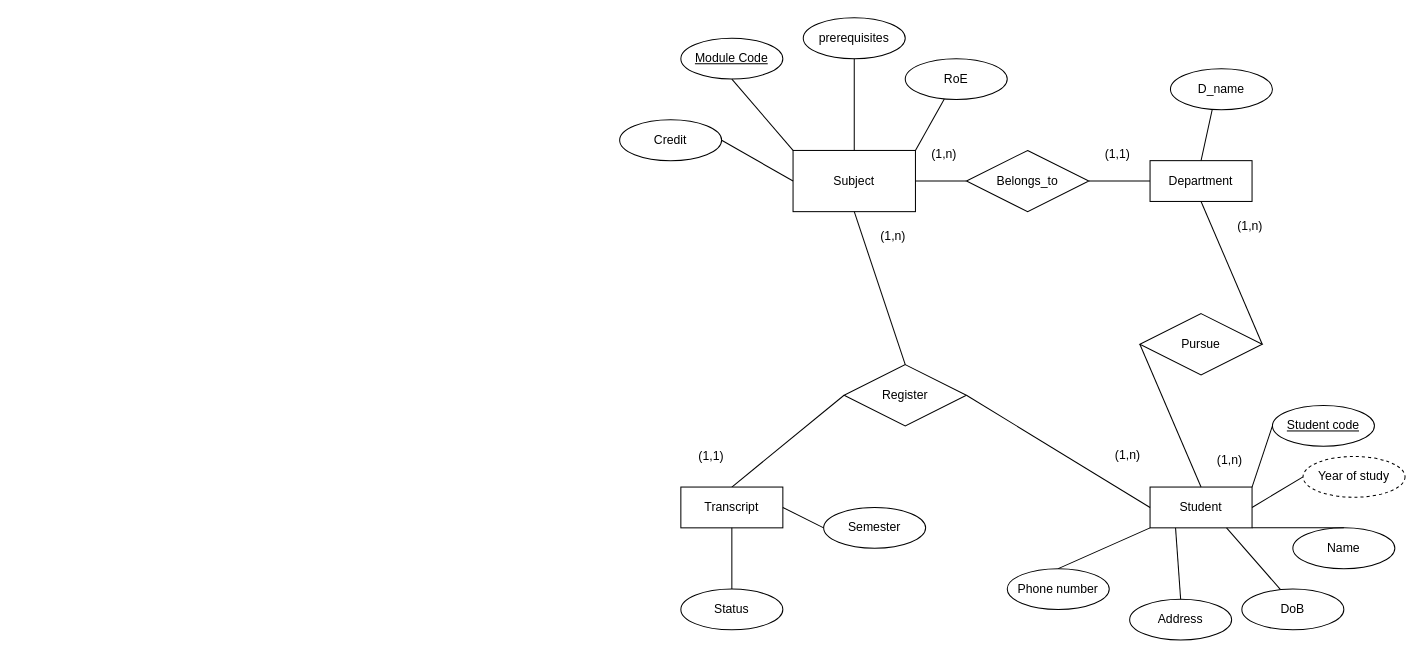
This is Finale.drawio from S0ra1n0/Database-learning, a draw.io file, before an edit. Source tidied: cells renumbered, new cells numbered last; positions are measured from the earlier drawing's top-left corner, leaving out a move shared by most shapes. Both pictures are drawn from the tidied source at 102%, with x=0, y=0 at pixel (619, 17).
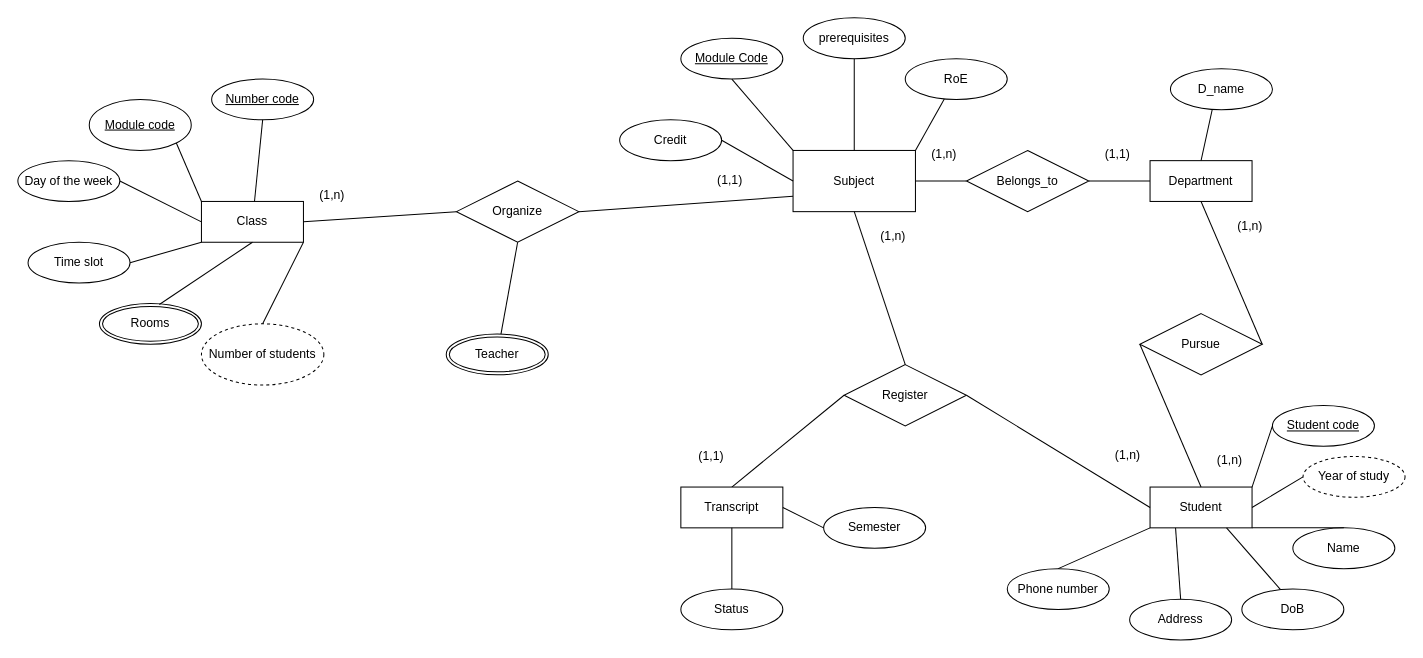
The same page after the edit.

Commit message:
Cập nhật Finale.drawio

Unchanged cells that the change refers to:
```xml
<mxCell id="2" value="Subject" style="rounded=0;whiteSpace=wrap;html=1;" parent="1" vertex="1">
  <mxGeometry x="170" y="130" width="120" height="60" as="geometry" />
</mxCell>
```

Diff of the diagram source:
```diff
@@
+    <mxCell id="49" value="Class" style="whiteSpace=wrap;html=1;align=center;" parent="1" vertex="1">
+      <mxGeometry x="-410" y="180" width="100" height="40" as="geometry" />
+    </mxCell>
+    <mxCell id="50" value="Number code" style="ellipse;whiteSpace=wrap;html=1;align=center;fontStyle=4;" parent="1" vertex="1">
+      <mxGeometry x="-400" y="60" width="100" height="40" as="geometry" />
+    </mxCell>
+    <mxCell id="51" value="Module code" style="ellipse;whiteSpace=wrap;html=1;align=center;fontStyle=4;" parent="1" vertex="1">
+      <mxGeometry x="-520" y="80" width="100" height="50" as="geometry" />
+    </mxCell>
+    <mxCell id="52" value="Day of the week" style="ellipse;whiteSpace=wrap;html=1;align=center;" parent="1" vertex="1">
+      <mxGeometry x="-590" y="140" width="100" height="40" as="geometry" />
+    </mxCell>
+    <mxCell id="53" value="Time slot" style="ellipse;whiteSpace=wrap;html=1;align=center;" parent="1" vertex="1">
+      <mxGeometry x="-580" y="220" width="100" height="40" as="geometry" />
+    </mxCell>
+    <mxCell id="54" value="Rooms" style="ellipse;shape=doubleEllipse;margin=3;whiteSpace=wrap;html=1;align=center;" parent="1" vertex="1">
+      <mxGeometry x="-510" y="280" width="100" height="40" as="geometry" />
+    </mxCell>
+    <mxCell id="55" style="endArrow=none;html=1;rounded=0;exitX=0.587;exitY=0.025;exitDx=0;exitDy=0;exitPerimeter=0;entryX=0.5;entryY=1;entryDx=0;entryDy=0;" parent="1" edge="1" source="54" target="49">
+      <mxGeometry relative="1" as="geometry" />
+    </mxCell>
+    <mxCell id="56" style="endArrow=none;html=1;rounded=0;exitX=1;exitY=0.5;exitDx=0;exitDy=0;entryX=0;entryY=1;entryDx=0;entryDy=0;" parent="1" edge="1" source="53" target="49">
+      <mxGeometry relative="1" as="geometry" />
+    </mxCell>
+    <mxCell id="57" style="endArrow=none;html=1;rounded=0;exitX=1;exitY=0.5;exitDx=0;exitDy=0;entryX=0;entryY=0.5;entryDx=0;entryDy=0;" parent="1" edge="1" source="52" target="49">
+      <mxGeometry relative="1" as="geometry" />
+    </mxCell>
+    <mxCell id="58" style="endArrow=none;html=1;rounded=0;exitX=1;exitY=1;exitDx=0;exitDy=0;entryX=0;entryY=0;entryDx=0;entryDy=0;" parent="1" edge="1" source="51" target="49">
+      <mxGeometry relative="1" as="geometry" />
+    </mxCell>
+    <mxCell id="59" style="endArrow=none;html=1;rounded=0;exitX=0.5;exitY=1;exitDx=0;exitDy=0;" parent="1" edge="1" source="50" target="49">
+      <mxGeometry relative="1" as="geometry" />
+    </mxCell>
+    <mxCell id="60" value="Number of students" style="ellipse;whiteSpace=wrap;html=1;align=center;dashed=1;" parent="1" vertex="1">
+      <mxGeometry x="-410" y="300" width="120" height="60" as="geometry" />
+    </mxCell>
+    <mxCell id="61" style="endArrow=none;html=1;rounded=0;exitX=1;exitY=1;exitDx=0;exitDy=0;entryX=0.5;entryY=0;entryDx=0;entryDy=0;" parent="1" edge="1" source="49" target="60">
+      <mxGeometry relative="1" as="geometry" />
+    </mxCell>
+    <mxCell id="62" value="Organize" style="shape=rhombus;perimeter=rhombusPerimeter;whiteSpace=wrap;html=1;align=center;" parent="1" vertex="1">
+      <mxGeometry x="-160" y="160" width="120" height="60" as="geometry" />
+    </mxCell>
+    <mxCell id="63" style="endArrow=none;html=1;rounded=0;exitX=1;exitY=0.5;exitDx=0;exitDy=0;entryX=0;entryY=0.5;entryDx=0;entryDy=0;" parent="1" edge="1" source="49" target="62">
+      <mxGeometry relative="1" as="geometry" />
+    </mxCell>
+    <mxCell id="64" style="endArrow=none;html=1;rounded=0;exitX=1;exitY=0.5;exitDx=0;exitDy=0;entryX=0;entryY=0.75;entryDx=0;entryDy=0;" parent="1" edge="1" source="62" target="2">
+      <mxGeometry relative="1" as="geometry" />
+    </mxCell>
+    <mxCell id="65" value="(1,1)" style="text;strokeColor=none;fillColor=none;spacingLeft=4;spacingRight=4;overflow=hidden;fontSize=12;whiteSpace=wrap;html=1;" parent="1" vertex="1">
+      <mxGeometry x="90" y="145" width="40" height="30" as="geometry" />
+    </mxCell>
+    <mxCell id="66" value="(1,n)" style="text;strokeColor=none;fillColor=none;spacingLeft=4;spacingRight=4;overflow=hidden;fontSize=12;whiteSpace=wrap;html=1;" parent="1" vertex="1">
+      <mxGeometry x="-300" y="160" width="40" height="30" as="geometry" />
+    </mxCell>
+    <mxCell id="67" style="endArrow=none;html=1;rounded=0;exitX=0.5;exitY=1;exitDx=0;exitDy=0;" parent="1" edge="1" source="62" target="68">
+      <mxGeometry relative="1" as="geometry" />
+    </mxCell>
+    <mxCell id="68" value="Teacher" style="ellipse;shape=doubleEllipse;margin=3;whiteSpace=wrap;html=1;align=center;" parent="1" vertex="1">
+      <mxGeometry x="-170" y="310" width="100" height="40" as="geometry" />
+    </mxCell>
```
